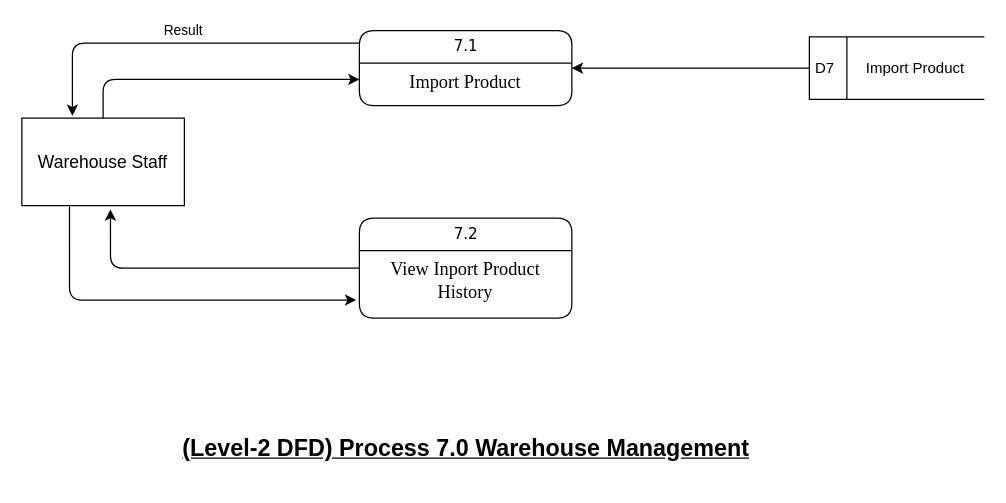
Earlier version of the draw.io diagram assets/dfd/DFD-Level-7.0 - Warehouse Manager.drawio (vanluong94/aptech-market-management-system). Source tidied: cells renumbered, new cells numbered last; positions are measured from the earlier drawing's top-left corner, leaving out a move shared by most shapes. Both pictures are drawn from the tidied source at 125%, with x=0, y=0 at pixel (21, 30).
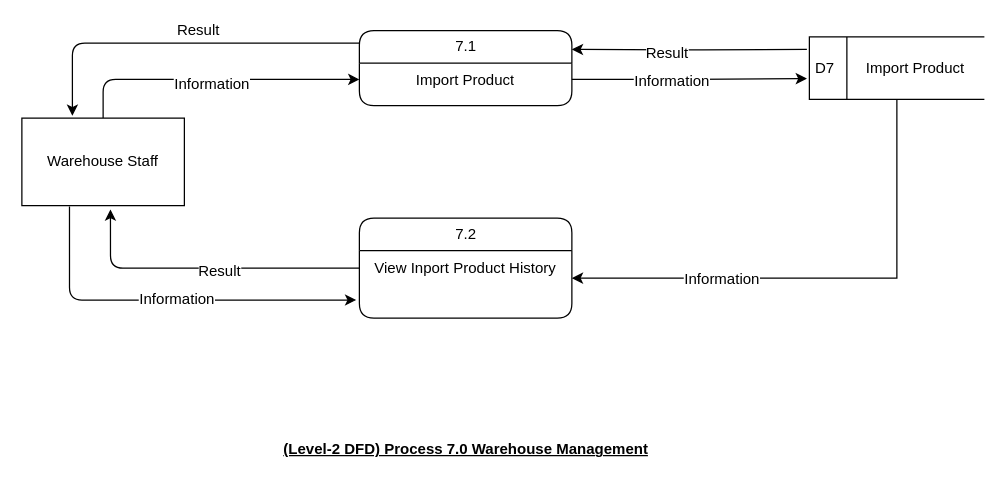
The same diagram, later.

Diff of the diagram source:
```diff
@@
-    <mxCell id="2" value="Result" style="edgeStyle=orthogonalEdgeStyle;rounded=1;sketch=0;jettySize=auto;html=1;entryX=0.311;entryY=-0.027;entryDx=0;entryDy=0;entryPerimeter=0;labelBackgroundColor=none;" parent="1" edge="1" source="3" target="8">
-      <mxGeometry x="-0.02" y="-10" relative="1" as="geometry">
+    <mxCell id="2" value="Result" style="edgeStyle=orthogonalEdgeStyle;rounded=1;sketch=0;jettySize=auto;html=1;entryX=0.311;entryY=-0.027;entryDx=0;entryDy=0;entryPerimeter=0;labelBackgroundColor=none;fontFamily=Helvetica;fontColor=#000000;fontSize=12;" parent="1" edge="1" source="3" target="8">
+      <mxGeometry x="-0.1" y="-10" relative="1" as="geometry">
         <Array as="points">
           <mxPoint x="40" y="10" />
         </Array>
       </mxGeometry>
     </mxCell>
-    <mxCell id="3" value="7.1" style="swimlane;html=1;fontStyle=0;horizontal=1;startSize=26;swimlaneFillColor=#ffffff;align=center;rounded=1;shadow=0;comic=0;labelBackgroundColor=none;strokeWidth=1;fontFamily=Verdana;fontSize=12;" parent="1" vertex="1">
+    <mxCell id="3" value="7.1" style="swimlane;html=1;fontStyle=0;horizontal=1;startSize=26;swimlaneFillColor=#ffffff;align=center;rounded=1;shadow=0;comic=0;labelBackgroundColor=none;strokeWidth=1;fontFamily=Helvetica;fontSize=12;fontColor=#000000;" parent="1" vertex="1">
       <mxGeometry x="270" width="170" height="60" as="geometry" />
     </mxCell>
-    <mxCell id="4" value="&lt;font face=&quot;times new roman&quot;&gt;&lt;span style=&quot;font-size: 14.6667px&quot;&gt;Import Product&lt;/span&gt;&lt;/font&gt;" style="text;html=1;strokeColor=none;fillColor=none;spacingLeft=4;spacingRight=4;whiteSpace=wrap;overflow=hidden;points=[[0,0.5],[1,0.5]];portConstraint=eastwest;fontColor=#000000;align=center;" parent="3" vertex="1">
+    <mxCell id="4" value="&lt;font style=&quot;font-size: 12px;&quot;&gt;&lt;span style=&quot;font-size: 12px;&quot;&gt;Import Product&lt;/span&gt;&lt;/font&gt;" style="text;html=1;strokeColor=none;fillColor=none;spacingLeft=4;spacingRight=4;whiteSpace=wrap;overflow=hidden;points=[[0,0.5],[1,0.5]];portConstraint=eastwest;fontColor=#000000;align=center;fontFamily=Helvetica;fontSize=12;" parent="3" vertex="1">
       <mxGeometry y="26" width="170" height="26" as="geometry" />
     </mxCell>
-    <mxCell id="5" value="&lt;p class=&quot;MsoNormal&quot;&gt;&lt;font face=&quot;helvetica, sans-serif&quot;&gt;&lt;span style=&quot;font-size: 18.6667px&quot;&gt;&lt;b&gt;&lt;u&gt;(Level-2 DFD) Process 7.0 Warehouse Management&lt;/u&gt;&lt;/b&gt;&lt;/span&gt;&lt;/font&gt;&lt;br&gt;&lt;/p&gt;" style="text;html=1;align=center;verticalAlign=middle;strokeColor=none;" parent="1" vertex="1">
-      <mxGeometry x="120" y="310" width="470" height="50" as="geometry" />
+    <mxCell id="5" value="&lt;p class=&quot;MsoNormal&quot; style=&quot;font-size: 12px;&quot;&gt;&lt;font style=&quot;font-size: 12px;&quot;&gt;&lt;span style=&quot;font-size: 12px;&quot;&gt;&lt;b style=&quot;font-size: 12px;&quot;&gt;&lt;u style=&quot;font-size: 12px;&quot;&gt;(Level-2 DFD) Process 7.0 Warehouse Management&lt;/u&gt;&lt;/b&gt;&lt;/span&gt;&lt;/font&gt;&lt;br style=&quot;font-size: 12px;&quot;&gt;&lt;/p&gt;" style="text;html=1;align=center;verticalAlign=middle;strokeColor=none;fontFamily=Helvetica;fontColor=#000000;fontSize=12;" parent="1" vertex="1">
+      <mxGeometry x="200" y="315" width="310" height="40" as="geometry" />
     </mxCell>
-    <mxCell id="6" style="edgeStyle=orthogonalEdgeStyle;rounded=1;jettySize=auto;html=1;entryX=-0.015;entryY=0.898;entryDx=0;entryDy=0;entryPerimeter=0;exitX=0.293;exitY=1.01;exitDx=0;exitDy=0;exitPerimeter=0;" parent="1" edge="1" source="8" target="11">
+    <mxCell id="6" style="edgeStyle=orthogonalEdgeStyle;rounded=1;jettySize=auto;html=1;entryX=-0.015;entryY=0.898;entryDx=0;entryDy=0;entryPerimeter=0;exitX=0.293;exitY=1.01;exitDx=0;exitDy=0;exitPerimeter=0;fontFamily=Helvetica;fontColor=#000000;fontSize=12;" parent="1" edge="1" source="8" target="11">
       <mxGeometry relative="1" as="geometry" />
     </mxCell>
+    <mxCell id="15" value="Information" style="edgeLabel;html=1;align=center;verticalAlign=middle;fontFamily=Helvetica;fontColor=#000000;fontSize=12;" parent="6" vertex="1">
+      <mxGeometry x="0.05" y="1" relative="1" as="geometry" />
+    </mxCell>
-    <mxCell id="7" style="edgeStyle=orthogonalEdgeStyle;rounded=1;jettySize=auto;html=1;entryX=0;entryY=0.5;entryDx=0;entryDy=0;" parent="1" edge="1" source="8" target="4">
+    <mxCell id="7" style="edgeStyle=orthogonalEdgeStyle;rounded=1;jettySize=auto;html=1;entryX=0;entryY=0.5;entryDx=0;entryDy=0;fontFamily=Helvetica;fontColor=#000000;fontSize=12;" parent="1" edge="1" source="8" target="4">
       <mxGeometry relative="1" as="geometry" />
     </mxCell>
+    <mxCell id="16" value="Information" style="edgeLabel;html=1;align=center;verticalAlign=middle;fontFamily=Helvetica;fontColor=#000000;fontSize=12;" parent="7" vertex="1">
+      <mxGeometry x="-0.01" y="-3" relative="1" as="geometry" />
+    </mxCell>
-    <mxCell id="8" value="&lt;span style=&quot;font-size: 14px&quot;&gt;Warehouse Staff&lt;/span&gt;" style="rounded=0;whiteSpace=wrap;html=1;" parent="1" vertex="1">
+    <mxCell id="8" value="&lt;span style=&quot;font-size: 12px;&quot;&gt;Warehouse Staff&lt;/span&gt;" style="rounded=0;whiteSpace=wrap;html=1;fontFamily=Helvetica;fontColor=#000000;fontSize=12;" parent="1" vertex="1">
       <mxGeometry y="70" width="130" height="70" as="geometry" />
     </mxCell>
-    <mxCell id="9" style="edgeStyle=orthogonalEdgeStyle;rounded=1;jettySize=auto;html=1;entryX=0.545;entryY=1.043;entryDx=0;entryDy=0;entryPerimeter=0;" parent="1" edge="1" source="10" target="8">
-      <mxGeometry relative="1" as="geometry" />
+    <mxCell id="9" style="edgeStyle=orthogonalEdgeStyle;rounded=1;jettySize=auto;html=1;entryX=0.545;entryY=1.043;entryDx=0;entryDy=0;entryPerimeter=0;fontFamily=Helvetica;fontColor=#000000;fontSize=12;" parent="1" edge="1" source="10" target="8">
+      <mxGeometry relative="1" as="geometry">
+        <Array as="points">
+          <mxPoint x="71" y="190" />
+        </Array>
+      </mxGeometry>
     </mxCell>
+    <mxCell id="17" value="Result" style="edgeLabel;html=1;align=center;verticalAlign=middle;fontFamily=Helvetica;fontColor=#000000;fontSize=12;" parent="9" vertex="1">
+      <mxGeometry x="-0.08" y="2" relative="1" as="geometry" />
+    </mxCell>
-    <mxCell id="10" value="7.2" style="swimlane;html=1;fontStyle=0;horizontal=1;startSize=26;swimlaneFillColor=#ffffff;align=center;rounded=1;shadow=0;comic=0;labelBackgroundColor=none;strokeWidth=1;fontFamily=Verdana;fontSize=12;" parent="1" vertex="1">
+    <mxCell id="10" value="7.2" style="swimlane;html=1;fontStyle=0;horizontal=1;startSize=26;swimlaneFillColor=#ffffff;align=center;rounded=1;shadow=0;comic=0;labelBackgroundColor=none;strokeWidth=1;fontFamily=Helvetica;fontSize=12;fontColor=#000000;" parent="1" vertex="1">
       <mxGeometry x="270" y="150" width="170" height="80" as="geometry" />
     </mxCell>
-    <mxCell id="11" value="&lt;font face=&quot;times new roman&quot;&gt;&lt;span style=&quot;font-size: 14.6667px&quot;&gt;View Inport Product History&lt;/span&gt;&lt;/font&gt;" style="text;html=1;strokeColor=none;fillColor=none;spacingLeft=4;spacingRight=4;whiteSpace=wrap;overflow=hidden;points=[[0,0.5],[1,0.5]];portConstraint=eastwest;fontColor=#000000;align=center;" parent="10" vertex="1">
+    <mxCell id="11" value="&lt;font style=&quot;font-size: 12px;&quot;&gt;&lt;span style=&quot;font-size: 12px;&quot;&gt;View Inport Product History&lt;/span&gt;&lt;/font&gt;" style="text;html=1;strokeColor=none;fillColor=none;spacingLeft=4;spacingRight=4;whiteSpace=wrap;overflow=hidden;points=[[0,0.5],[1,0.5]];portConstraint=eastwest;fontColor=#000000;align=center;fontFamily=Helvetica;fontSize=12;" parent="10" vertex="1">
       <mxGeometry y="26" width="170" height="44" as="geometry" />
     </mxCell>
-    <mxCell id="12" style="edgeStyle=orthogonalEdgeStyle;rounded=1;jettySize=auto;html=1;entryX=1;entryY=0.5;entryDx=0;entryDy=0;" parent="1" edge="1" source="13" target="3">
-      <mxGeometry relative="1" as="geometry" />
+    <mxCell id="12" style="edgeStyle=orthogonalEdgeStyle;rounded=1;jettySize=auto;html=1;entryX=1;entryY=0.25;entryDx=0;entryDy=0;fontFamily=Helvetica;fontColor=#000000;fontSize=12;" parent="1" edge="1" target="3">
+      <mxGeometry relative="1" as="geometry">
+        <mxPoint x="628" y="15" as="sourcePoint" />
+      </mxGeometry>
     </mxCell>
+    <mxCell id="18" value="Result" style="edgeLabel;html=1;align=center;verticalAlign=middle;fontFamily=Helvetica;fontColor=#000000;fontSize=12;" parent="12" vertex="1">
+      <mxGeometry x="0.2" y="2" relative="1" as="geometry" />
+    </mxCell>
+    <mxCell id="19" style="edgeStyle=orthogonalEdgeStyle;rounded=0;jettySize=auto;html=1;entryX=1;entryY=0.5;entryDx=0;entryDy=0;fontFamily=Helvetica;fontColor=#000000;fontSize=12;" parent="1" edge="1" source="13" target="11">
+      <mxGeometry relative="1" as="geometry" />
+    </mxCell>
+    <mxCell id="20" value="Information" style="edgeLabel;html=1;align=center;verticalAlign=middle;fontFamily=Helvetica;fontColor=#000000;fontSize=12;" parent="19" vertex="1">
+      <mxGeometry x="0.41" relative="1" as="geometry" />
+    </mxCell>
-    <mxCell id="13" value="D7" style="html=1;dashed=0;whitespace=wrap;shape=mxgraph.dfd.dataStoreID;align=left;spacingLeft=3;points=[[0,0],[0.5,0],[1,0],[0,0.5],[1,0.5],[0,1],[0.5,1],[1,1]];" parent="1" vertex="1">
+    <mxCell id="13" value="D7" style="html=1;dashed=0;whitespace=wrap;shape=mxgraph.dfd.dataStoreID;align=left;spacingLeft=3;points=[[0,0],[0.5,0],[1,0],[0,0.5],[1,0.5],[0,1],[0.5,1],[1,1]];fontFamily=Helvetica;fontColor=#000000;fontSize=12;" parent="1" vertex="1">
       <mxGeometry x="630" y="5" width="140" height="50" as="geometry" />
     </mxCell>
-    <mxCell id="14" value="Import Product" style="text;html=1;strokeColor=none;fillColor=none;align=center;verticalAlign=middle;whiteSpace=wrap;rounded=0;" parent="1" vertex="1">
+    <mxCell id="14" value="Import Product" style="text;html=1;strokeColor=none;fillColor=none;align=center;verticalAlign=middle;whiteSpace=wrap;rounded=0;fontFamily=Helvetica;fontColor=#000000;fontSize=12;" parent="1" vertex="1">
       <mxGeometry x="670" y="20" width="90" height="20" as="geometry" />
     </mxCell>
+    <mxCell id="21" style="edgeStyle=orthogonalEdgeStyle;rounded=0;jettySize=auto;html=1;entryX=-0.014;entryY=0.667;entryDx=0;entryDy=0;entryPerimeter=0;fontFamily=Helvetica;fontColor=#000000;fontSize=12;" parent="1" edge="1" source="4" target="13">
+      <mxGeometry relative="1" as="geometry" />
+    </mxCell>
+    <mxCell id="22" value="Information" style="edgeLabel;html=1;align=center;verticalAlign=middle;fontFamily=Helvetica;fontColor=#000000;fontSize=12;" parent="21" vertex="1">
+      <mxGeometry x="-0.16" y="-1" relative="1" as="geometry" />
+    </mxCell>
```
